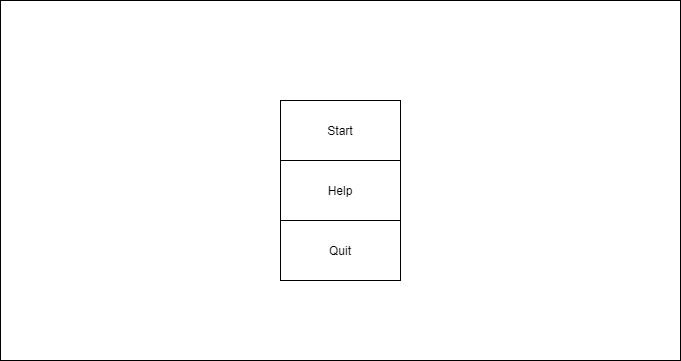
Earlier version of the draw.io export Documentation/menu.png (oszuszki/2D-Platformer). Source tidied: cells renumbered, new cells last; positions are measured from the earlier drawing's top-left corner, leaving out a move shared by most shapes.
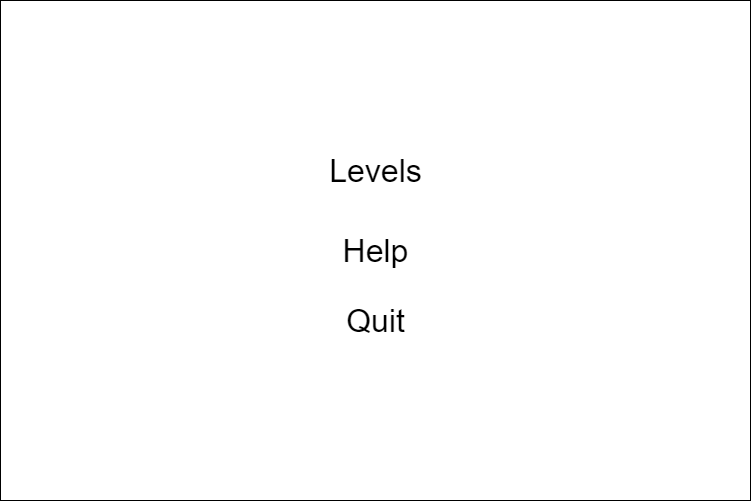
Above is the later version.

The edit, as a diff of the source:
```diff
@@ -2,17 +2,17 @@
   <root>
     <mxCell id="0" />
     <mxCell id="1" parent="0" />
-    <mxCell id="2" style="rounded=0;whiteSpace=wrap;html=1;" parent="1" vertex="1">
-      <mxGeometry width="680" height="360" as="geometry" />
-    </mxCell>
-    <mxCell id="3" value="Start" style="rounded=0;whiteSpace=wrap;html=1;" parent="1" vertex="1">
-      <mxGeometry x="280" y="100" width="120" height="60" as="geometry" />
-    </mxCell>
+    <mxCell id="6" style="rounded=0;whiteSpace=wrap;html=1;" parent="1" vertex="1">
+      <mxGeometry x="-30" y="-60" width="750" height="500" as="geometry" />
+    </mxCell>
+    <mxCell id="7" value="&lt;font style=&quot;font-size: 32px&quot;&gt;Levels&lt;/font&gt;" style="text;html=1;strokeColor=none;fillColor=none;align=center;verticalAlign=middle;whiteSpace=wrap;rounded=0;" parent="1" vertex="1">
+      <mxGeometry x="272.5" y="90" width="145" height="40" as="geometry" />
+    </mxCell>
-    <mxCell id="4" value="Help" style="rounded=0;whiteSpace=wrap;html=1;" parent="1" vertex="1">
-      <mxGeometry x="280" y="160" width="120" height="60" as="geometry" />
+    <mxCell id="4" value="&lt;font style=&quot;font-size: 32px&quot;&gt;Help&lt;/font&gt;" style="text;html=1;strokeColor=none;fillColor=none;align=center;verticalAlign=middle;whiteSpace=wrap;rounded=0;" parent="1" vertex="1">
+      <mxGeometry x="272.5" y="170" width="145" height="40" as="geometry" />
     </mxCell>
-    <mxCell id="5" value="Quit" style="rounded=0;whiteSpace=wrap;html=1;" parent="1" vertex="1">
-      <mxGeometry x="280" y="220" width="120" height="60" as="geometry" />
+    <mxCell id="5" value="&lt;font style=&quot;font-size: 32px&quot;&gt;Quit&lt;/font&gt;" style="text;html=1;strokeColor=none;fillColor=none;align=center;verticalAlign=middle;whiteSpace=wrap;rounded=0;" parent="1" vertex="1">
+      <mxGeometry x="272.5" y="240" width="145" height="40" as="geometry" />
     </mxCell>
   </root>
 </mxGraphModel>
```
